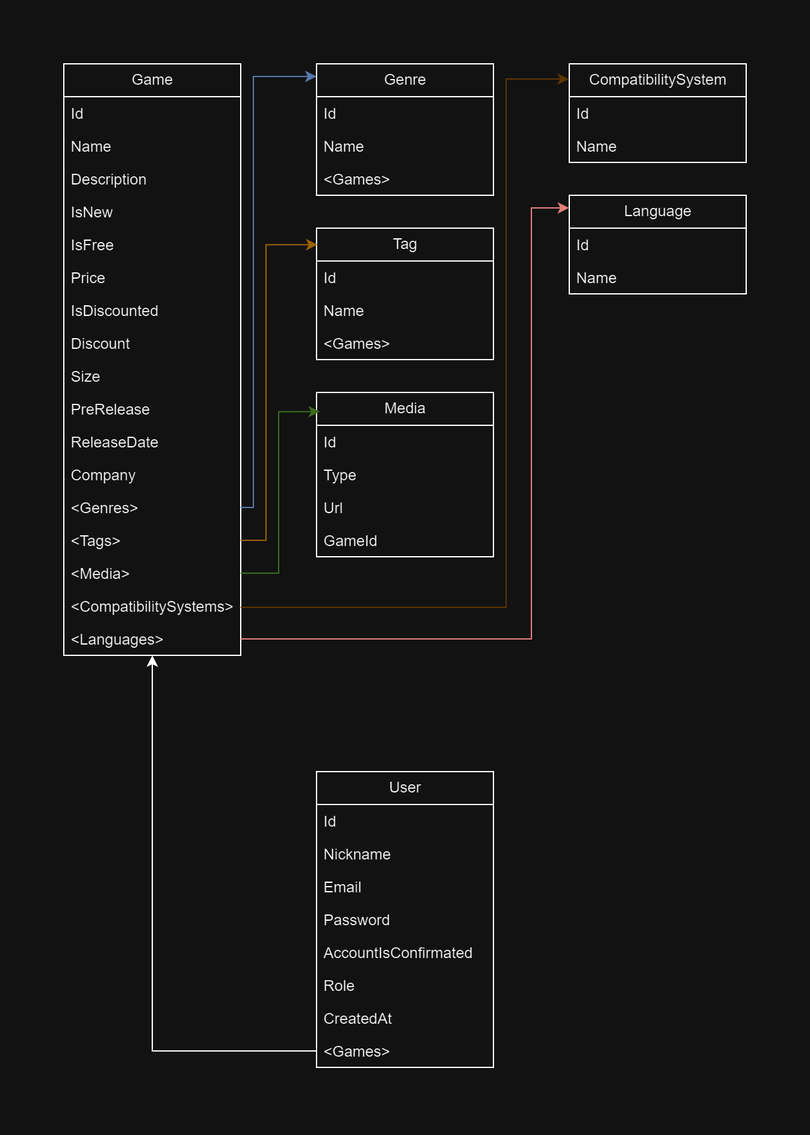
Above: Diagrams/data/dark.png in andrei-bancos/Online-Games-Library-API (draw.io), before the change. Source tidied: cells renumbered, new cells last; positions are measured from the earlier drawing's top-left corner, leaving out a move shared by most shapes.
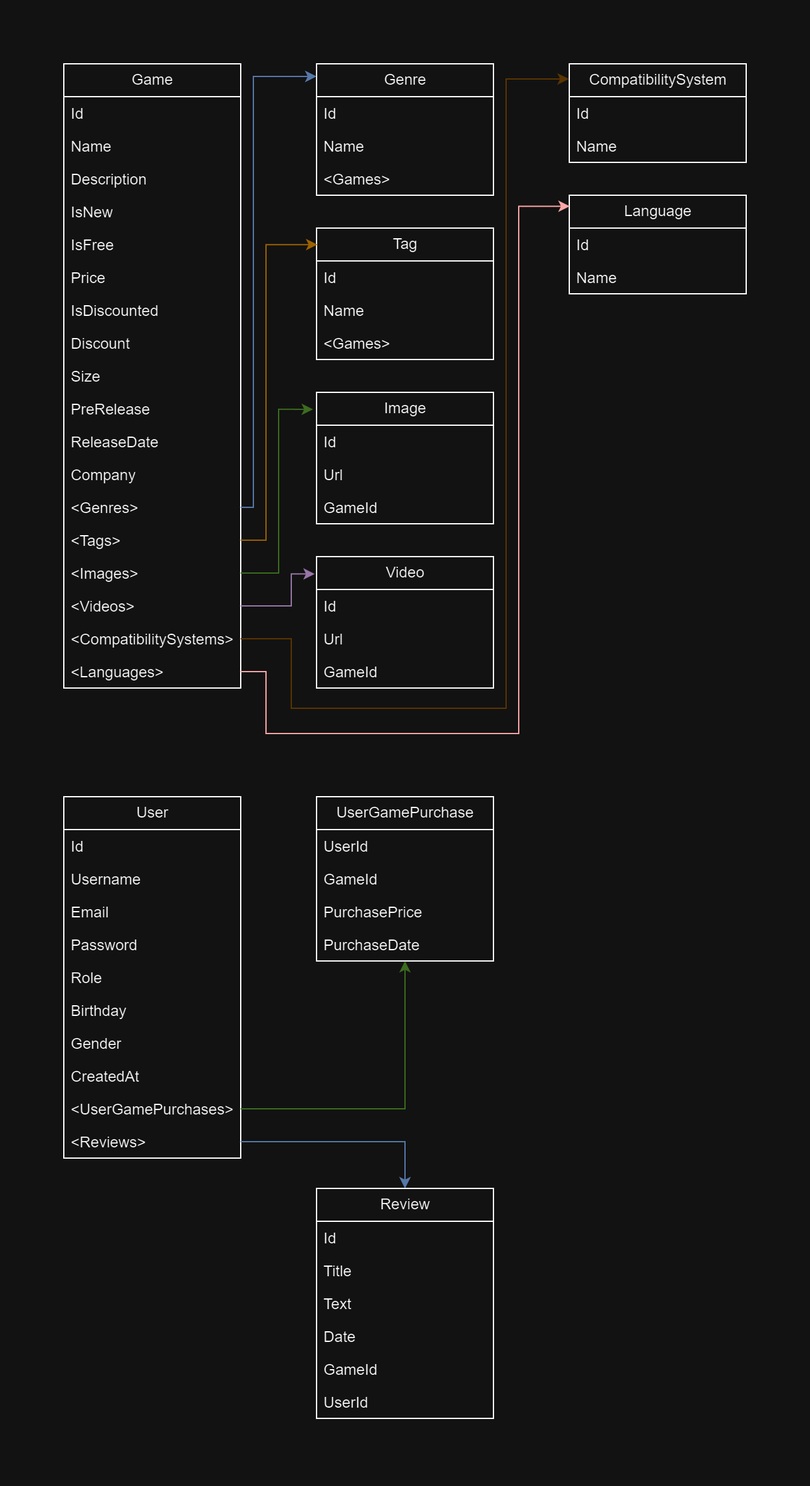
Above is the later version.

Commit message:
Added Readme and update controllers doc + diagrams

The edit, as a diff of the source:
```diff
@@ -3,7 +3,7 @@
     <mxCell id="0" />
     <mxCell id="1" parent="0" />
     <mxCell id="2" value="Game" style="swimlane;fontStyle=0;horizontal=1;startSize=26;fillColor=none;html=1;" parent="1" vertex="1">
-      <mxGeometry width="140" height="468" as="geometry" />
+      <mxGeometry width="140" height="494" as="geometry" />
     </mxCell>
     <mxCell id="3" value="Id" style="text;strokeColor=none;fillColor=none;align=left;verticalAlign=top;spacingLeft=4;spacingRight=4;overflow=hidden;whiteSpace=wrap;html=1;" parent="2" vertex="1">
       <mxGeometry y="26" width="140" height="26" as="geometry" />
@@ -44,17 +44,20 @@
     <mxCell id="15" value="&amp;lt;Genres&amp;gt;" style="text;strokeColor=none;fillColor=none;align=left;verticalAlign=top;spacingLeft=4;spacingRight=4;overflow=hidden;points=[[0,0.5],[1,0.5]];portConstraint=eastwest;whiteSpace=wrap;html=1;" parent="2" vertex="1">
       <mxGeometry y="338" width="140" height="26" as="geometry" />
     </mxCell>
-    <mxCell id="16" value="&amp;lt;Tags&amp;gt;" style="text;strokeColor=none;fillColor=none;align=left;verticalAlign=top;spacingLeft=4;spacingRight=4;overflow=hidden;points=[[0,0.5],[1,0.5]];portConstraint=eastwest;whiteSpace=wrap;html=1;" parent="2" vertex="1">
-      <mxGeometry y="364" width="140" height="26" as="geometry" />
-    </mxCell>
-    <mxCell id="17" value="&amp;lt;Media&amp;gt;" style="text;strokeColor=none;fillColor=none;align=left;verticalAlign=top;spacingLeft=4;spacingRight=4;overflow=hidden;points=[[0,0.5],[1,0.5]];portConstraint=eastwest;whiteSpace=wrap;html=1;" parent="2" vertex="1">
-      <mxGeometry y="390" width="140" height="26" as="geometry" />
+    <mxCell id="17" value="&amp;lt;Tags&amp;gt;" style="text;strokeColor=none;fillColor=none;align=left;verticalAlign=top;spacingLeft=4;spacingRight=4;overflow=hidden;points=[[0,0.5],[1,0.5]];portConstraint=eastwest;whiteSpace=wrap;html=1;" parent="2" vertex="1">
+      <mxGeometry y="364" width="140" height="26" as="geometry" />
     </mxCell>
+    <mxCell id="54" value="&amp;lt;Images&amp;gt;" style="text;strokeColor=none;fillColor=none;align=left;verticalAlign=top;spacingLeft=4;spacingRight=4;overflow=hidden;points=[[0,0.5],[1,0.5]];portConstraint=eastwest;whiteSpace=wrap;html=1;" parent="2" vertex="1">
+      <mxGeometry y="390" width="140" height="26" as="geometry" />
+    </mxCell>
+    <mxCell id="55" value="&amp;lt;Videos&amp;gt;" style="text;strokeColor=none;fillColor=none;align=left;verticalAlign=top;spacingLeft=4;spacingRight=4;overflow=hidden;points=[[0,0.5],[1,0.5]];portConstraint=eastwest;whiteSpace=wrap;html=1;" parent="2" vertex="1">
+      <mxGeometry y="416" width="140" height="26" as="geometry" />
+    </mxCell>
     <mxCell id="18" value="&amp;lt;CompatibilitySystems&amp;gt;" style="text;strokeColor=none;fillColor=none;align=left;verticalAlign=top;spacingLeft=4;spacingRight=4;overflow=hidden;points=[[0,0.5],[1,0.5]];portConstraint=eastwest;whiteSpace=wrap;html=1;" parent="2" vertex="1">
-      <mxGeometry y="416" width="140" height="26" as="geometry" />
+      <mxGeometry y="442" width="140" height="26" as="geometry" />
     </mxCell>
     <mxCell id="19" value="&amp;lt;Languages&amp;gt;" style="text;strokeColor=none;fillColor=none;align=left;verticalAlign=top;spacingLeft=4;spacingRight=4;overflow=hidden;points=[[0,0.5],[1,0.5]];portConstraint=eastwest;whiteSpace=wrap;html=1;" parent="2" vertex="1">
-      <mxGeometry y="442" width="140" height="26" as="geometry" />
+      <mxGeometry y="468" width="140" height="26" as="geometry" />
     </mxCell>
     <mxCell id="20" value="Genre" style="swimlane;fontStyle=0;horizontal=1;startSize=26;fillColor=none;html=1;" parent="1" vertex="1">
       <mxGeometry x="200" width="140" height="104" as="geometry" />
@@ -80,6 +83,30 @@
     <mxCell id="27" value="&amp;lt;Games&amp;gt;" style="text;strokeColor=none;fillColor=none;align=left;verticalAlign=top;spacingLeft=4;spacingRight=4;overflow=hidden;whiteSpace=wrap;html=1;" parent="24" vertex="1">
       <mxGeometry y="78" width="140" height="26" as="geometry" />
     </mxCell>
+    <mxCell id="56" value="Image" style="swimlane;fontStyle=0;horizontal=1;startSize=26;fillColor=none;html=1;" parent="1" vertex="1">
+      <mxGeometry x="200" y="260" width="140" height="104" as="geometry" />
+    </mxCell>
+    <mxCell id="57" value="Id" style="text;strokeColor=none;fillColor=none;align=left;verticalAlign=top;spacingLeft=4;spacingRight=4;overflow=hidden;whiteSpace=wrap;html=1;" parent="56" vertex="1">
+      <mxGeometry y="26" width="140" height="26" as="geometry" />
+    </mxCell>
+    <mxCell id="58" value="Url" style="text;strokeColor=none;fillColor=none;align=left;verticalAlign=top;spacingLeft=4;spacingRight=4;overflow=hidden;whiteSpace=wrap;html=1;" parent="56" vertex="1">
+      <mxGeometry y="52" width="140" height="26" as="geometry" />
+    </mxCell>
+    <mxCell id="59" value="GameId" style="text;strokeColor=none;fillColor=none;align=left;verticalAlign=top;spacingLeft=4;spacingRight=4;overflow=hidden;whiteSpace=wrap;html=1;" parent="56" vertex="1">
+      <mxGeometry y="78" width="140" height="26" as="geometry" />
+    </mxCell>
+    <mxCell id="60" value="Video" style="swimlane;fontStyle=0;horizontal=1;startSize=26;fillColor=none;html=1;" parent="1" vertex="1">
+      <mxGeometry x="200" y="390" width="140" height="104" as="geometry" />
+    </mxCell>
+    <mxCell id="61" value="Id" style="text;strokeColor=none;fillColor=none;align=left;verticalAlign=top;spacingLeft=4;spacingRight=4;overflow=hidden;whiteSpace=wrap;html=1;" parent="60" vertex="1">
+      <mxGeometry y="26" width="140" height="26" as="geometry" />
+    </mxCell>
+    <mxCell id="62" value="Url" style="text;strokeColor=none;fillColor=none;align=left;verticalAlign=top;spacingLeft=4;spacingRight=4;overflow=hidden;whiteSpace=wrap;html=1;" parent="60" vertex="1">
+      <mxGeometry y="52" width="140" height="26" as="geometry" />
+    </mxCell>
+    <mxCell id="63" value="GameId" style="text;strokeColor=none;fillColor=none;align=left;verticalAlign=top;spacingLeft=4;spacingRight=4;overflow=hidden;whiteSpace=wrap;html=1;" parent="60" vertex="1">
+      <mxGeometry y="78" width="140" height="26" as="geometry" />
+    </mxCell>
     <mxCell id="28" value="CompatibilitySystem" style="swimlane;fontStyle=0;horizontal=1;startSize=26;fillColor=none;html=1;" parent="1" vertex="1">
       <mxGeometry x="400" width="140" height="78" as="geometry" />
     </mxCell>
@@ -97,7 +124,7 @@
         </Array>
       </mxGeometry>
     </mxCell>
-    <mxCell id="32" style="edgeStyle=orthogonalEdgeStyle;rounded=0;jettySize=auto;html=1;entryX=0.005;entryY=0.126;entryDx=0;entryDy=0;entryPerimeter=0;fillColor=#ffe6cc;strokeColor=#d79b00;" parent="1" edge="1" source="16" target="24">
+    <mxCell id="32" style="edgeStyle=orthogonalEdgeStyle;rounded=0;jettySize=auto;html=1;entryX=0.005;entryY=0.126;entryDx=0;entryDy=0;entryPerimeter=0;fillColor=#ffe6cc;strokeColor=#d79b00;" parent="1" edge="1" source="17" target="24">
       <mxGeometry relative="1" as="geometry">
         <Array as="points">
           <mxPoint x="160" y="377" />
@@ -105,22 +132,32 @@
         </Array>
       </mxGeometry>
     </mxCell>
+    <mxCell id="64" style="edgeStyle=orthogonalEdgeStyle;rounded=0;jettySize=auto;html=1;entryX=-0.02;entryY=0.129;entryDx=0;entryDy=0;entryPerimeter=0;fillColor=#d5e8d4;strokeColor=#82b366;" parent="1" edge="1" source="54" target="56">
+      <mxGeometry relative="1" as="geometry">
+        <Array as="points">
+          <mxPoint x="170" y="403" />
+          <mxPoint x="170" y="273" />
+        </Array>
+      </mxGeometry>
+    </mxCell>
+    <mxCell id="65" style="edgeStyle=orthogonalEdgeStyle;rounded=0;jettySize=auto;html=1;entryX=-0.01;entryY=0.132;entryDx=0;entryDy=0;entryPerimeter=0;fillColor=#e1d5e7;strokeColor=#9673a6;" parent="1" edge="1" source="55" target="60">
+      <mxGeometry relative="1" as="geometry">
+        <Array as="points">
+          <mxPoint x="180" y="429" />
+          <mxPoint x="180" y="404" />
+        </Array>
+      </mxGeometry>
+    </mxCell>
     <mxCell id="33" style="edgeStyle=orthogonalEdgeStyle;rounded=0;jettySize=auto;html=1;entryX=-0.002;entryY=0.154;entryDx=0;entryDy=0;entryPerimeter=0;fillColor=#e3c800;strokeColor=#FFD900;" parent="1" edge="1" source="18" target="28">
       <mxGeometry relative="1" as="geometry">
         <Array as="points">
-          <mxPoint x="350" y="430" />
+          <mxPoint x="180" y="455" />
+          <mxPoint x="180" y="510" />
+          <mxPoint x="350" y="510" />
           <mxPoint x="350" y="12" />
         </Array>
       </mxGeometry>
     </mxCell>
-    <mxCell id="34" style="edgeStyle=orthogonalEdgeStyle;rounded=0;jettySize=auto;html=1;entryX=-0.001;entryY=0.128;entryDx=0;entryDy=0;entryPerimeter=0;exitX=1;exitY=0.5;exitDx=0;exitDy=0;fillColor=#f8cecc;strokeColor=#b85450;" parent="1" edge="1" source="19" target="35">
-      <mxGeometry relative="1" as="geometry">
-        <Array as="points">
-          <mxPoint x="370" y="455" />
-          <mxPoint x="370" y="114" />
-        </Array>
-      </mxGeometry>
-    </mxCell>
     <mxCell id="35" value="Language" style="swimlane;fontStyle=0;horizontal=1;startSize=26;fillColor=none;html=1;" parent="1" vertex="1">
       <mxGeometry x="400" y="104" width="140" height="78" as="geometry" />
     </mxCell>
@@ -130,16 +167,23 @@
     <mxCell id="37" value="Name" style="text;strokeColor=none;fillColor=none;align=left;verticalAlign=top;spacingLeft=4;spacingRight=4;overflow=hidden;whiteSpace=wrap;html=1;" parent="35" vertex="1">
       <mxGeometry y="52" width="140" height="26" as="geometry" />
     </mxCell>
-    <mxCell id="38" style="edgeStyle=orthogonalEdgeStyle;rounded=0;jettySize=auto;html=1;" parent="1" edge="1" source="47" target="2">
-      <mxGeometry relative="1" as="geometry" />
-    </mxCell>
+    <mxCell id="34" style="edgeStyle=orthogonalEdgeStyle;rounded=0;jettySize=auto;html=1;entryX=0.003;entryY=0.112;entryDx=0;entryDy=0;entryPerimeter=0;strokeColor=#CF0202;" parent="1" edge="1" source="19" target="35">
+      <mxGeometry relative="1" as="geometry">
+        <Array as="points">
+          <mxPoint x="160" y="481" />
+          <mxPoint x="160" y="530" />
+          <mxPoint x="360" y="530" />
+          <mxPoint x="360" y="113" />
+        </Array>
+      </mxGeometry>
+    </mxCell>
     <mxCell id="39" value="User" style="swimlane;fontStyle=0;horizontal=1;startSize=26;fillColor=none;html=1;" parent="1" vertex="1">
-      <mxGeometry x="200" y="560" width="140" height="234" as="geometry" />
+      <mxGeometry y="580" width="140" height="286" as="geometry" />
     </mxCell>
     <mxCell id="40" value="Id" style="text;strokeColor=none;fillColor=none;align=left;verticalAlign=top;spacingLeft=4;spacingRight=4;overflow=hidden;whiteSpace=wrap;html=1;" parent="39" vertex="1">
       <mxGeometry y="26" width="140" height="26" as="geometry" />
     </mxCell>
-    <mxCell id="41" value="Nickname" style="text;strokeColor=none;fillColor=none;align=left;verticalAlign=top;spacingLeft=4;spacingRight=4;overflow=hidden;whiteSpace=wrap;html=1;" parent="39" vertex="1">
+    <mxCell id="41" value="Username" style="text;strokeColor=none;fillColor=none;align=left;verticalAlign=top;spacingLeft=4;spacingRight=4;overflow=hidden;whiteSpace=wrap;html=1;" parent="39" vertex="1">
       <mxGeometry y="52" width="140" height="26" as="geometry" />
     </mxCell>
     <mxCell id="42" value="Email" style="text;strokeColor=none;fillColor=none;align=left;verticalAlign=top;spacingLeft=4;spacingRight=4;overflow=hidden;whiteSpace=wrap;html=1;" parent="39" vertex="1">
@@ -148,35 +192,65 @@
     <mxCell id="43" value="Password" style="text;strokeColor=none;fillColor=none;align=left;verticalAlign=top;spacingLeft=4;spacingRight=4;overflow=hidden;whiteSpace=wrap;html=1;" parent="39" vertex="1">
       <mxGeometry y="104" width="140" height="26" as="geometry" />
     </mxCell>
-    <mxCell id="44" value="AccountIsConfirmated" style="text;strokeColor=none;fillColor=none;align=left;verticalAlign=top;spacingLeft=4;spacingRight=4;overflow=hidden;whiteSpace=wrap;html=1;" parent="39" vertex="1">
-      <mxGeometry y="130" width="140" height="26" as="geometry" />
-    </mxCell>
     <mxCell id="45" value="Role" style="text;strokeColor=none;fillColor=none;align=left;verticalAlign=top;spacingLeft=4;spacingRight=4;overflow=hidden;whiteSpace=wrap;html=1;" parent="39" vertex="1">
-      <mxGeometry y="156" width="140" height="26" as="geometry" />
+      <mxGeometry y="130" width="140" height="26" as="geometry" />
     </mxCell>
+    <mxCell id="66" value="Birthday" style="text;strokeColor=none;fillColor=none;align=left;verticalAlign=top;spacingLeft=4;spacingRight=4;overflow=hidden;whiteSpace=wrap;html=1;" parent="39" vertex="1">
+      <mxGeometry y="156" width="140" height="26" as="geometry" />
+    </mxCell>
+    <mxCell id="67" value="Gender" style="text;strokeColor=none;fillColor=none;align=left;verticalAlign=top;spacingLeft=4;spacingRight=4;overflow=hidden;whiteSpace=wrap;html=1;" parent="39" vertex="1">
+      <mxGeometry y="182" width="140" height="26" as="geometry" />
+    </mxCell>
     <mxCell id="46" value="CreatedAt" style="text;strokeColor=none;fillColor=none;align=left;verticalAlign=top;spacingLeft=4;spacingRight=4;overflow=hidden;whiteSpace=wrap;html=1;" parent="39" vertex="1">
-      <mxGeometry y="182" width="140" height="26" as="geometry" />
+      <mxGeometry y="208" width="140" height="26" as="geometry" />
     </mxCell>
-    <mxCell id="47" value="&amp;lt;Games&amp;gt;" style="text;strokeColor=none;fillColor=none;align=left;verticalAlign=top;spacingLeft=4;spacingRight=4;overflow=hidden;points=[[0,0.5],[1,0.5]];portConstraint=eastwest;whiteSpace=wrap;html=1;" parent="39" vertex="1">
-      <mxGeometry y="208" width="140" height="26" as="geometry" />
+    <mxCell id="47" value="&amp;lt;UserGamePurchases&amp;gt;" style="text;strokeColor=none;fillColor=none;align=left;verticalAlign=top;spacingLeft=4;spacingRight=4;overflow=hidden;points=[[0,0.5],[1,0.5]];portConstraint=eastwest;whiteSpace=wrap;html=1;" parent="39" vertex="1">
+      <mxGeometry y="234" width="140" height="26" as="geometry" />
     </mxCell>
-    <mxCell id="48" value="Media" style="swimlane;fontStyle=0;horizontal=1;startSize=26;fillColor=none;html=1;" parent="1" vertex="1">
-      <mxGeometry x="200" y="260" width="140" height="130" as="geometry" />
-    </mxCell>
-    <mxCell id="49" value="Id" style="text;strokeColor=none;fillColor=none;align=left;verticalAlign=top;spacingLeft=4;spacingRight=4;overflow=hidden;whiteSpace=wrap;html=1;" parent="48" vertex="1">
-      <mxGeometry y="26" width="140" height="26" as="geometry" />
-    </mxCell>
-    <mxCell id="50" value="Type" style="text;strokeColor=none;fillColor=none;align=left;verticalAlign=top;spacingLeft=4;spacingRight=4;overflow=hidden;whiteSpace=wrap;html=1;" parent="48" vertex="1">
-      <mxGeometry y="52" width="140" height="26" as="geometry" />
-    </mxCell>
-    <mxCell id="51" value="Url" style="text;strokeColor=none;fillColor=none;align=left;verticalAlign=top;spacingLeft=4;spacingRight=4;overflow=hidden;whiteSpace=wrap;html=1;" parent="48" vertex="1">
-      <mxGeometry y="78" width="140" height="26" as="geometry" />
-    </mxCell>
-    <mxCell id="52" value="GameId" style="text;strokeColor=none;fillColor=none;align=left;verticalAlign=top;spacingLeft=4;spacingRight=4;overflow=hidden;whiteSpace=wrap;html=1;" parent="48" vertex="1">
-      <mxGeometry y="104" width="140" height="26" as="geometry" />
-    </mxCell>
-    <mxCell id="53" style="edgeStyle=orthogonalEdgeStyle;rounded=0;jettySize=auto;html=1;entryX=0.019;entryY=0.117;entryDx=0;entryDy=0;entryPerimeter=0;fillColor=#d5e8d4;strokeColor=#82b366;" parent="1" edge="1" source="17" target="48">
-      <mxGeometry relative="1" as="geometry" />
-    </mxCell>
+    <mxCell id="68" value="&amp;lt;Reviews&amp;gt;" style="text;strokeColor=none;fillColor=none;align=left;verticalAlign=top;spacingLeft=4;spacingRight=4;overflow=hidden;points=[[0,0.5],[1,0.5]];portConstraint=eastwest;whiteSpace=wrap;html=1;" parent="39" vertex="1">
+      <mxGeometry y="260" width="140" height="26" as="geometry" />
+    </mxCell>
+    <mxCell id="69" style="edgeStyle=orthogonalEdgeStyle;rounded=0;jettySize=auto;html=1;fillColor=#dae8fc;strokeColor=#6c8ebf;" parent="1" edge="1" source="68" target="70">
+      <mxGeometry relative="1" as="geometry" />
+    </mxCell>
+    <mxCell id="70" value="Review" style="swimlane;fontStyle=0;horizontal=1;startSize=26;fillColor=none;html=1;" parent="1" vertex="1">
+      <mxGeometry x="200" y="890" width="140" height="182" as="geometry" />
+    </mxCell>
+    <mxCell id="71" value="Id" style="text;strokeColor=none;fillColor=none;align=left;verticalAlign=top;spacingLeft=4;spacingRight=4;overflow=hidden;whiteSpace=wrap;html=1;" parent="70" vertex="1">
+      <mxGeometry y="26" width="140" height="26" as="geometry" />
+    </mxCell>
+    <mxCell id="72" value="Title" style="text;strokeColor=none;fillColor=none;align=left;verticalAlign=top;spacingLeft=4;spacingRight=4;overflow=hidden;whiteSpace=wrap;html=1;" parent="70" vertex="1">
+      <mxGeometry y="52" width="140" height="26" as="geometry" />
+    </mxCell>
+    <mxCell id="73" value="Text" style="text;strokeColor=none;fillColor=none;align=left;verticalAlign=top;spacingLeft=4;spacingRight=4;overflow=hidden;whiteSpace=wrap;html=1;" parent="70" vertex="1">
+      <mxGeometry y="78" width="140" height="26" as="geometry" />
+    </mxCell>
+    <mxCell id="74" value="Date" style="text;strokeColor=none;fillColor=none;align=left;verticalAlign=top;spacingLeft=4;spacingRight=4;overflow=hidden;whiteSpace=wrap;html=1;" parent="70" vertex="1">
+      <mxGeometry y="104" width="140" height="26" as="geometry" />
+    </mxCell>
+    <mxCell id="75" value="GameId" style="text;strokeColor=none;fillColor=none;align=left;verticalAlign=top;spacingLeft=4;spacingRight=4;overflow=hidden;whiteSpace=wrap;html=1;" parent="70" vertex="1">
+      <mxGeometry y="130" width="140" height="26" as="geometry" />
+    </mxCell>
+    <mxCell id="76" value="UserId" style="text;strokeColor=none;fillColor=none;align=left;verticalAlign=top;spacingLeft=4;spacingRight=4;overflow=hidden;whiteSpace=wrap;html=1;" parent="70" vertex="1">
+      <mxGeometry y="156" width="140" height="26" as="geometry" />
+    </mxCell>
+    <mxCell id="77" value="UserGamePurchase" style="swimlane;fontStyle=0;horizontal=1;startSize=26;fillColor=none;html=1;" parent="1" vertex="1">
+      <mxGeometry x="200" y="580" width="140" height="130" as="geometry" />
+    </mxCell>
+    <mxCell id="78" value="UserId" style="text;strokeColor=none;fillColor=none;align=left;verticalAlign=top;spacingLeft=4;spacingRight=4;overflow=hidden;whiteSpace=wrap;html=1;" parent="77" vertex="1">
+      <mxGeometry y="26" width="140" height="26" as="geometry" />
+    </mxCell>
+    <mxCell id="79" value="GameId" style="text;strokeColor=none;fillColor=none;align=left;verticalAlign=top;spacingLeft=4;spacingRight=4;overflow=hidden;whiteSpace=wrap;html=1;" parent="77" vertex="1">
+      <mxGeometry y="52" width="140" height="26" as="geometry" />
+    </mxCell>
+    <mxCell id="80" value="PurchasePrice" style="text;strokeColor=none;fillColor=none;align=left;verticalAlign=top;spacingLeft=4;spacingRight=4;overflow=hidden;whiteSpace=wrap;html=1;" parent="77" vertex="1">
+      <mxGeometry y="78" width="140" height="26" as="geometry" />
+    </mxCell>
+    <mxCell id="81" value="PurchaseDate" style="text;strokeColor=none;fillColor=none;align=left;verticalAlign=top;spacingLeft=4;spacingRight=4;overflow=hidden;whiteSpace=wrap;html=1;" parent="77" vertex="1">
+      <mxGeometry y="104" width="140" height="26" as="geometry" />
+    </mxCell>
+    <mxCell id="82" style="edgeStyle=orthogonalEdgeStyle;rounded=0;jettySize=auto;html=1;fillColor=#d5e8d4;strokeColor=#82b366;gradientColor=#97d077;" parent="1" edge="1" source="47" target="77">
+      <mxGeometry relative="1" as="geometry" />
+    </mxCell>
   </root>
 </mxGraphModel>
```
